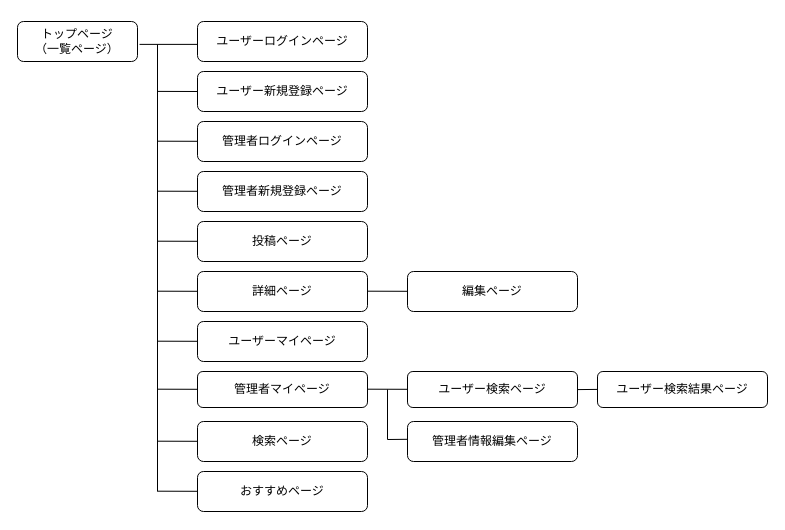
The draw.io diagram transition.dio in kyamax/library_go, before the edit. Source tidied: cells renumbered, new cells numbered last; positions are measured from the earlier drawing's top-left corner, leaving out a move shared by most shapes. Both pictures are drawn from the tidied source at 100%, with x=0, y=0 at pixel (17, 21).
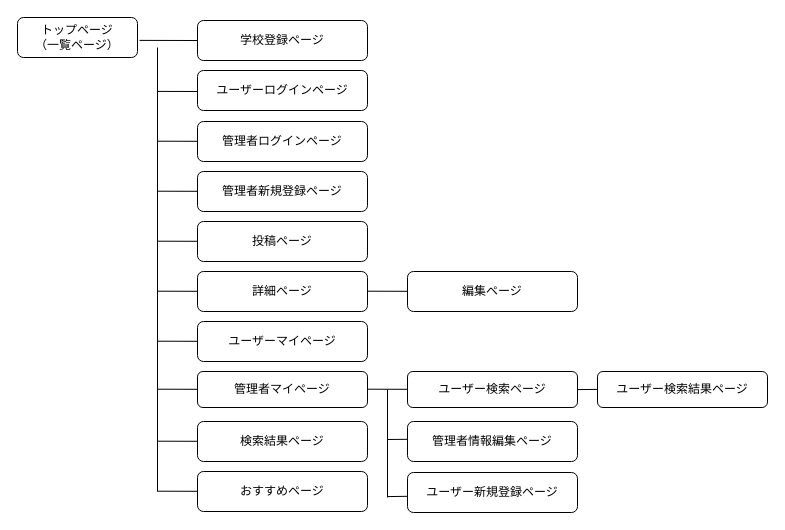
After the change.

Diff of the diagram source:
```diff
@@
     <mxCell id="2" value="トップページ&lt;br&gt;（一覧ページ）" style="rounded=1;whiteSpace=wrap;html=1;" parent="1" vertex="1">
-      <mxGeometry width="120" height="40" as="geometry" />
+      <mxGeometry y="-4" width="120" height="40" as="geometry" />
     </mxCell>
     <mxCell id="3" value="ユーザーログインページ" style="rounded=1;whiteSpace=wrap;html=1;" parent="1" vertex="1">
-      <mxGeometry x="180" width="170" height="40" as="geometry" />
+      <mxGeometry x="180" y="49" width="170" height="40" as="geometry" />
     </mxCell>
     <mxCell id="4" value="ユーザー新規登録ページ" style="rounded=1;whiteSpace=wrap;html=1;" parent="1" vertex="1">
-      <mxGeometry x="180" y="50" width="170" height="40" as="geometry" />
+      <mxGeometry x="390" y="451" width="170" height="40" as="geometry" />
     </mxCell>
@@
-    <mxCell id="11" value="検索ページ" style="rounded=1;whiteSpace=wrap;html=1;" parent="1" vertex="1">
+    <mxCell id="11" value="検索結果ページ" style="rounded=1;whiteSpace=wrap;html=1;" parent="1" vertex="1">
       <mxGeometry x="180" y="400" width="170" height="40" as="geometry" />
     </mxCell>
@@
-    <mxCell id="17" style="endArrow=none;html=1;exitX=1.017;exitY=0.572;exitDx=0;exitDy=0;exitPerimeter=0;entryX=0;entryY=0.572;entryDx=0;entryDy=0;entryPerimeter=0;" parent="1" edge="1" source="2" target="3">
+    <mxCell id="17" style="endArrow=none;html=1;exitX=1.017;exitY=0.572;exitDx=0;exitDy=0;exitPerimeter=0;entryX=0;entryY=0.5;entryDx=0;entryDy=0;" parent="1" edge="1" source="2" target="33">
       <mxGeometry relative="1" as="geometry" />
     </mxCell>
     <mxCell id="18" style="endArrow=none;html=1;" parent="1" edge="1">
       <mxGeometry relative="1" as="geometry">
-        <mxPoint x="140" y="23" as="sourcePoint" />
+        <mxPoint x="140" y="26" as="sourcePoint" />
         <mxPoint x="140" y="470" as="targetPoint" />
       </mxGeometry>
     </mxCell>
@@
     <mxCell id="31" style="endArrow=none;html=1;" parent="1" edge="1">
       <mxGeometry relative="1" as="geometry">
         <mxPoint x="370" y="368" as="sourcePoint" />
-        <mxPoint x="370" y="418" as="targetPoint" />
+        <mxPoint x="370" y="476" as="targetPoint" />
       </mxGeometry>
     </mxCell>
@@
+    <mxCell id="33" value="学校登録ページ" style="rounded=1;whiteSpace=wrap;html=1;" parent="1" vertex="1">
+      <mxGeometry x="180" y="-1" width="170" height="40" as="geometry" />
+    </mxCell>
+    <mxCell id="34" style="endArrow=none;html=1;" parent="1" edge="1">
+      <mxGeometry relative="1" as="geometry">
+        <mxPoint x="370" y="475.1" as="sourcePoint" />
+        <mxPoint x="390" y="474.8" as="targetPoint" />
+      </mxGeometry>
+    </mxCell>
```
